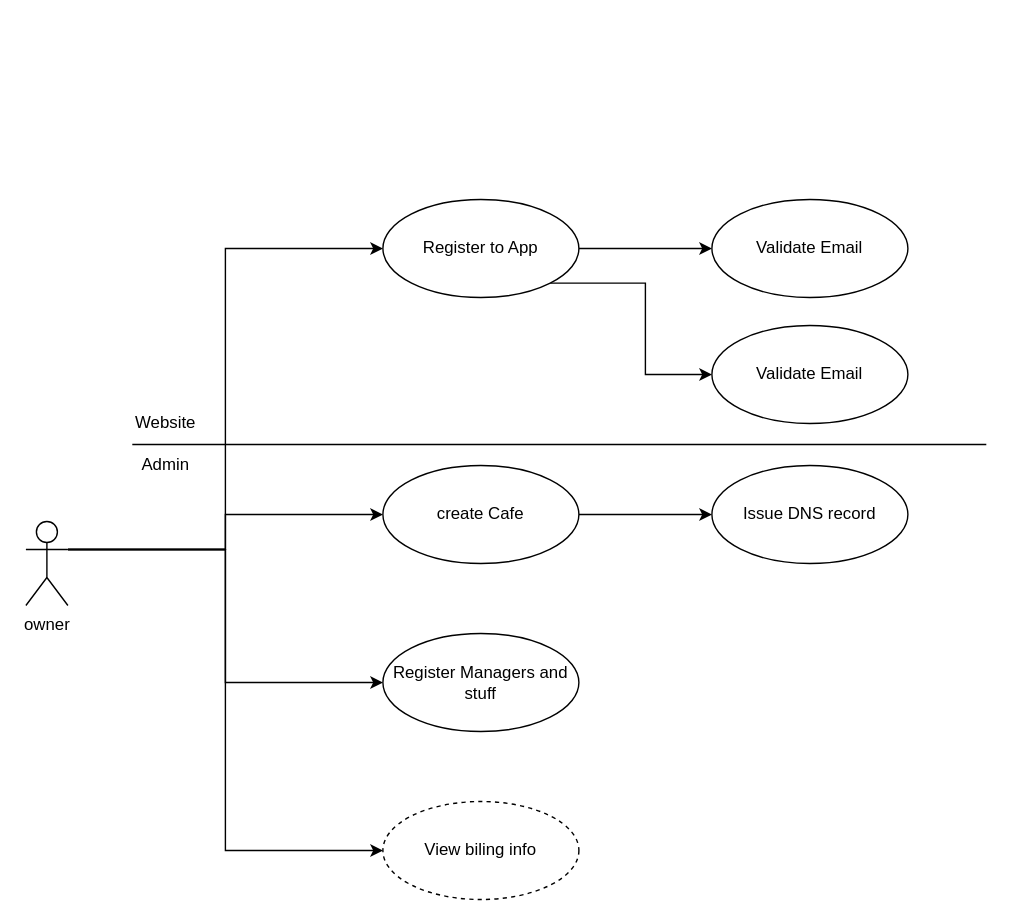
The draw.io diagram page "UseCase" (1 of 2) of Owner_useCase.drawio in perandr/horeca, before the edit. Source tidied: cells renumbered, new cells numbered last; positions are measured from the earlier drawing's top-left corner, leaving out a move shared by most shapes. Both pictures are drawn from the tidied source at 140%, with x=0, y=0 at pixel (25, 199).
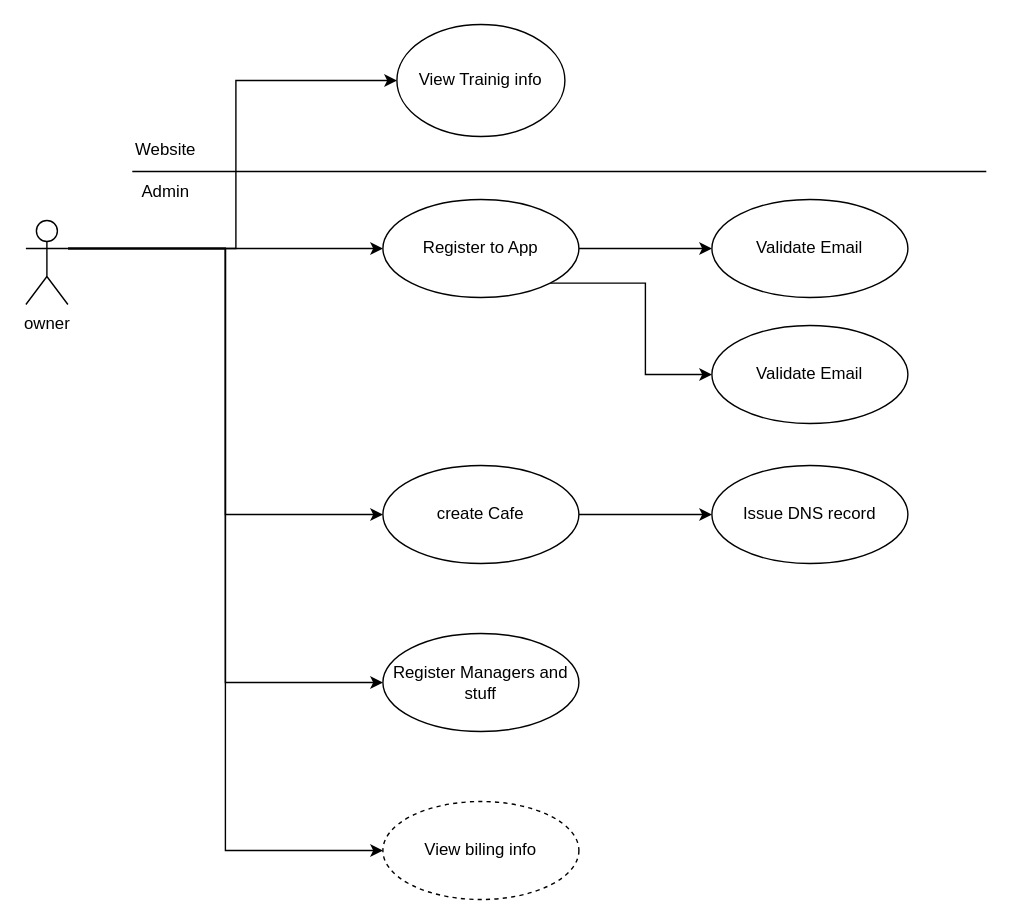
Above is the later version.

What changed in the source:
```diff
@@
+    <mxCell id="20" style="edgeStyle=orthogonalEdgeStyle;rounded=0;jettySize=auto;html=1;exitX=1;exitY=0.3333333333333333;exitDx=0;exitDy=0;exitPerimeter=0;entryX=0;entryY=0.5;entryDx=0;entryDy=0;" parent="1" edge="1" source="6" target="21">
+      <mxGeometry relative="1" as="geometry">
+        <Array as="points">
+          <mxPoint x="150" y="35" />
+          <mxPoint x="150" y="-85" />
+        </Array>
+      </mxGeometry>
+    </mxCell>
     <mxCell id="6" value="owner" style="shape=umlActor;verticalLabelPosition=bottom;labelBackgroundColor=#ffffff;verticalAlign=top;html=1;" parent="1" vertex="1">
-      <mxGeometry y="230" width="30" height="60" as="geometry" />
+      <mxGeometry y="15" width="30" height="60" as="geometry" />
     </mxCell>
@@
     <mxCell id="17" style="endArrow=none;html=1;" parent="1" edge="1">
       <mxGeometry relative="1" as="geometry">
-        <mxPoint x="76" y="175" as="sourcePoint" />
-        <mxPoint x="686" y="175" as="targetPoint" />
+        <mxPoint x="76" y="-20" as="sourcePoint" />
+        <mxPoint x="686" y="-20" as="targetPoint" />
       </mxGeometry>
     </mxCell>
     <mxCell id="18" value="Website" style="text;html=1;strokeColor=none;fillColor=none;align=center;verticalAlign=middle;whiteSpace=wrap;rounded=0;" parent="1" vertex="1">
-      <mxGeometry x="80" y="150" width="40" height="20" as="geometry" />
+      <mxGeometry x="80" y="-45" width="40" height="20" as="geometry" />
     </mxCell>
     <mxCell id="19" value="Admin" style="text;html=1;strokeColor=none;fillColor=none;align=center;verticalAlign=middle;whiteSpace=wrap;rounded=0;" parent="1" vertex="1">
-      <mxGeometry x="80" y="180" width="40" height="20" as="geometry" />
+      <mxGeometry x="80" y="-15" width="40" height="20" as="geometry" />
     </mxCell>
+    <mxCell id="21" value="View Trainig info" style="ellipse;whiteSpace=wrap;html=1;" parent="1" vertex="1">
+      <mxGeometry x="265" y="-125" width="120" height="80" as="geometry" />
+    </mxCell>
```
